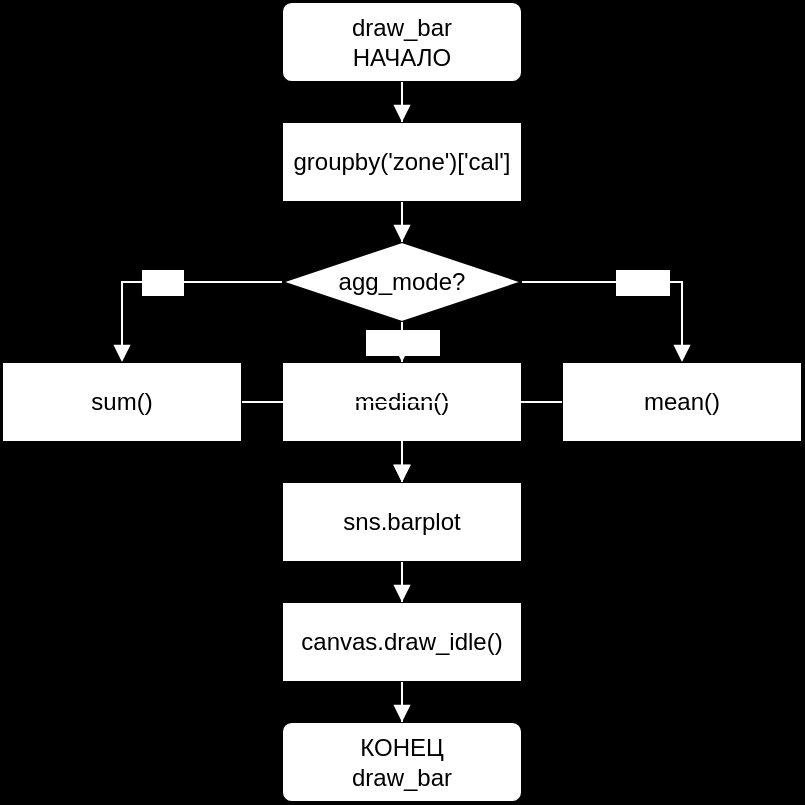
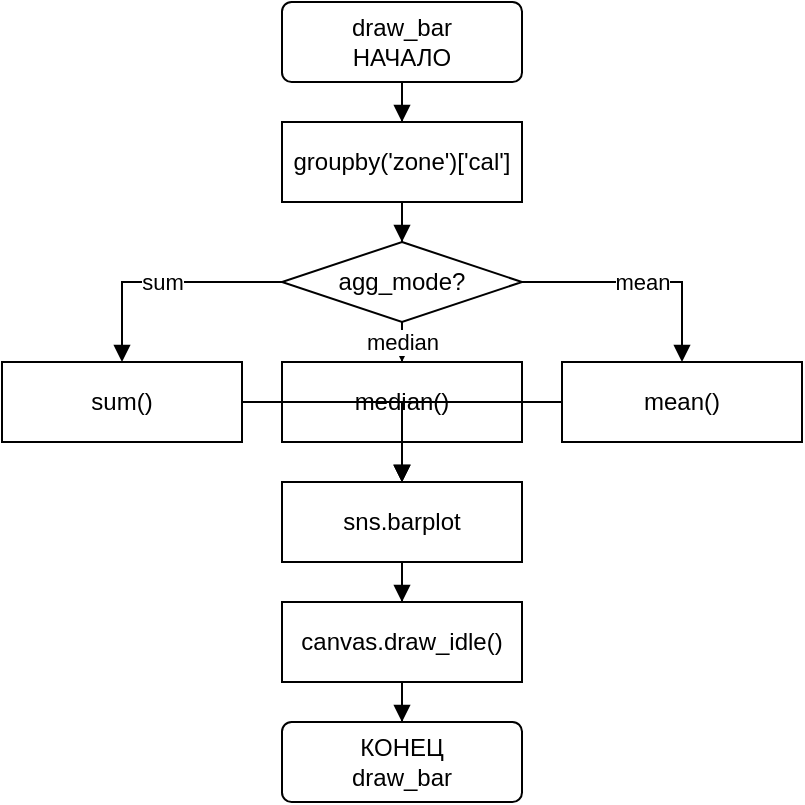
<mxfile host="Electron" version="29.6.1">
  <diagram name="Страница-1" id="d1">
-     <mxGraphModel dx="1400" dy="800" grid="1" gridSize="10" guides="1" tooltips="1" connect="1" arrows="1" fold="1" page="0" pageScale="1" pageWidth="827" pageHeight="1169" math="0" shadow="0" background="#000000">
+     <mxGraphModel dx="1400" dy="800" grid="1" gridSize="10" guides="1" tooltips="1" connect="1" arrows="1" fold="1" page="0" pageScale="1" pageWidth="827" pageHeight="1169" math="0" shadow="0" background="#ffffff">
      <root>
        <mxCell id="0" />
        <mxCell id="1" parent="0" />
        <mxCell id="a" value="&lt;div&gt;draw_bar&lt;/div&gt;&lt;div&gt;НАЧАЛО&lt;/div&gt;" style="rounded=1;arcSize=12;whiteSpace=wrap;html=1;fillColor=#ffffff;strokeColor=#000000;fontColor=#000000;" vertex="1" parent="1"><mxGeometry x="160" y="0" width="120" height="40" as="geometry" /></mxCell>
        <mxCell id="p1" value="groupby('zone')['cal']" style="rounded=0;whiteSpace=wrap;html=1;fillColor=#ffffff;strokeColor=#000000;fontColor=#000000;" vertex="1" parent="1"><mxGeometry x="160" y="60" width="120" height="40" as="geometry" /></mxCell>
        <mxCell id="c1" value="agg_mode?" style="rhombus;whiteSpace=wrap;html=1;fillColor=#ffffff;strokeColor=#000000;fontColor=#000000;" vertex="1" parent="1"><mxGeometry x="160" y="120" width="120" height="40" as="geometry" /></mxCell>
        <mxCell id="b1" value="sum()" style="rounded=0;whiteSpace=wrap;html=1;fillColor=#ffffff;strokeColor=#000000;fontColor=#000000;" vertex="1" parent="1"><mxGeometry x="20" y="180" width="120" height="40" as="geometry" /></mxCell>
        <mxCell id="b2" value="median()" style="rounded=0;whiteSpace=wrap;html=1;fillColor=#ffffff;strokeColor=#000000;fontColor=#000000;" vertex="1" parent="1"><mxGeometry x="160" y="180" width="120" height="40" as="geometry" /></mxCell>
        <mxCell id="b3" value="mean()" style="rounded=0;whiteSpace=wrap;html=1;fillColor=#ffffff;strokeColor=#000000;fontColor=#000000;" vertex="1" parent="1"><mxGeometry x="300" y="180" width="120" height="40" as="geometry" /></mxCell>
        <mxCell id="p2" value="sns.barplot" style="rounded=0;whiteSpace=wrap;html=1;fillColor=#ffffff;strokeColor=#000000;fontColor=#000000;" vertex="1" parent="1"><mxGeometry x="160" y="240" width="120" height="40" as="geometry" /></mxCell>
        <mxCell id="p3" value="canvas.draw_idle()" style="rounded=0;whiteSpace=wrap;html=1;fillColor=#ffffff;strokeColor=#000000;fontColor=#000000;" vertex="1" parent="1"><mxGeometry x="160" y="300" width="120" height="40" as="geometry" /></mxCell>
        <mxCell id="e" value="&lt;div&gt;КОНЕЦ&lt;/div&gt;&lt;div&gt;draw_bar&lt;/div&gt;" style="rounded=1;arcSize=12;whiteSpace=wrap;html=1;fillColor=#ffffff;strokeColor=#000000;fontColor=#000000;" vertex="1" parent="1"><mxGeometry x="160" y="360" width="120" height="40" as="geometry" /></mxCell>
-         <mxCell id="e0" value="" style="edgeStyle=orthogonalEdgeStyle;rounded=0;orthogonalLoop=1;jettySize=auto;html=1;endArrow=block;endFill=1;strokeColor=#ffffff;fontColor=#ffffff;" edge="1" parent="1" source="a" target="p1"><mxGeometry relative="1" as="geometry" /></mxCell>
-         <mxCell id="e1" value="" style="edgeStyle=orthogonalEdgeStyle;rounded=0;orthogonalLoop=1;jettySize=auto;html=1;endArrow=block;endFill=1;strokeColor=#ffffff;fontColor=#ffffff;" edge="1" parent="1" source="p1" target="c1"><mxGeometry relative="1" as="geometry" /></mxCell>
-         <mxCell id="e2" value="sum" style="edgeStyle=orthogonalEdgeStyle;rounded=0;orthogonalLoop=1;jettySize=auto;html=1;endArrow=block;endFill=1;strokeColor=#ffffff;fontColor=#ffffff;" edge="1" parent="1" source="c1" target="b1"><mxGeometry relative="1" as="geometry" /></mxCell>
-         <mxCell id="e3" value="median" style="edgeStyle=orthogonalEdgeStyle;rounded=0;orthogonalLoop=1;jettySize=auto;html=1;endArrow=block;endFill=1;strokeColor=#ffffff;fontColor=#ffffff;" edge="1" parent="1" source="c1" target="b2"><mxGeometry relative="1" as="geometry" /></mxCell>
-         <mxCell id="e4" value="mean" style="edgeStyle=orthogonalEdgeStyle;rounded=0;orthogonalLoop=1;jettySize=auto;html=1;endArrow=block;endFill=1;strokeColor=#ffffff;fontColor=#ffffff;" edge="1" parent="1" source="c1" target="b3"><mxGeometry relative="1" as="geometry" /></mxCell>
-         <mxCell id="e5" value="" style="edgeStyle=orthogonalEdgeStyle;rounded=0;orthogonalLoop=1;jettySize=auto;html=1;endArrow=block;endFill=1;strokeColor=#ffffff;fontColor=#ffffff;" edge="1" parent="1" source="b1" target="p2"><mxGeometry relative="1" as="geometry" /></mxCell>
-         <mxCell id="e6" value="" style="edgeStyle=orthogonalEdgeStyle;rounded=0;orthogonalLoop=1;jettySize=auto;html=1;endArrow=block;endFill=1;strokeColor=#ffffff;fontColor=#ffffff;" edge="1" parent="1" source="b2" target="p2"><mxGeometry relative="1" as="geometry" /></mxCell>
-         <mxCell id="e7" value="" style="edgeStyle=orthogonalEdgeStyle;rounded=0;orthogonalLoop=1;jettySize=auto;html=1;endArrow=block;endFill=1;strokeColor=#ffffff;fontColor=#ffffff;" edge="1" parent="1" source="b3" target="p2"><mxGeometry relative="1" as="geometry" /></mxCell>
-         <mxCell id="e8" value="" style="edgeStyle=orthogonalEdgeStyle;rounded=0;orthogonalLoop=1;jettySize=auto;html=1;endArrow=block;endFill=1;strokeColor=#ffffff;fontColor=#ffffff;" edge="1" parent="1" source="p2" target="p3"><mxGeometry relative="1" as="geometry" /></mxCell>
-         <mxCell id="e9" value="" style="edgeStyle=orthogonalEdgeStyle;rounded=0;orthogonalLoop=1;jettySize=auto;html=1;endArrow=block;endFill=1;strokeColor=#ffffff;fontColor=#ffffff;" edge="1" parent="1" source="p3" target="e"><mxGeometry relative="1" as="geometry" /></mxCell>
+         <mxCell id="e0" value="" style="edgeStyle=orthogonalEdgeStyle;rounded=0;orthogonalLoop=1;jettySize=auto;html=1;endArrow=block;endFill=1;strokeColor=#000000;fontColor=#000000;" edge="1" parent="1" source="a" target="p1"><mxGeometry relative="1" as="geometry" /></mxCell>
+         <mxCell id="e1" value="" style="edgeStyle=orthogonalEdgeStyle;rounded=0;orthogonalLoop=1;jettySize=auto;html=1;endArrow=block;endFill=1;strokeColor=#000000;fontColor=#000000;" edge="1" parent="1" source="p1" target="c1"><mxGeometry relative="1" as="geometry" /></mxCell>
+         <mxCell id="e2" value="sum" style="edgeStyle=orthogonalEdgeStyle;rounded=0;orthogonalLoop=1;jettySize=auto;html=1;endArrow=block;endFill=1;strokeColor=#000000;fontColor=#000000;" edge="1" parent="1" source="c1" target="b1"><mxGeometry relative="1" as="geometry" /></mxCell>
+         <mxCell id="e3" value="median" style="edgeStyle=orthogonalEdgeStyle;rounded=0;orthogonalLoop=1;jettySize=auto;html=1;endArrow=block;endFill=1;strokeColor=#000000;fontColor=#000000;" edge="1" parent="1" source="c1" target="b2"><mxGeometry relative="1" as="geometry" /></mxCell>
+         <mxCell id="e4" value="mean" style="edgeStyle=orthogonalEdgeStyle;rounded=0;orthogonalLoop=1;jettySize=auto;html=1;endArrow=block;endFill=1;strokeColor=#000000;fontColor=#000000;" edge="1" parent="1" source="c1" target="b3"><mxGeometry relative="1" as="geometry" /></mxCell>
+         <mxCell id="e5" value="" style="edgeStyle=orthogonalEdgeStyle;rounded=0;orthogonalLoop=1;jettySize=auto;html=1;endArrow=block;endFill=1;strokeColor=#000000;fontColor=#000000;" edge="1" parent="1" source="b1" target="p2"><mxGeometry relative="1" as="geometry" /></mxCell>
+         <mxCell id="e6" value="" style="edgeStyle=orthogonalEdgeStyle;rounded=0;orthogonalLoop=1;jettySize=auto;html=1;endArrow=block;endFill=1;strokeColor=#000000;fontColor=#000000;" edge="1" parent="1" source="b2" target="p2"><mxGeometry relative="1" as="geometry" /></mxCell>
+         <mxCell id="e7" value="" style="edgeStyle=orthogonalEdgeStyle;rounded=0;orthogonalLoop=1;jettySize=auto;html=1;endArrow=block;endFill=1;strokeColor=#000000;fontColor=#000000;" edge="1" parent="1" source="b3" target="p2"><mxGeometry relative="1" as="geometry" /></mxCell>
+         <mxCell id="e8" value="" style="edgeStyle=orthogonalEdgeStyle;rounded=0;orthogonalLoop=1;jettySize=auto;html=1;endArrow=block;endFill=1;strokeColor=#000000;fontColor=#000000;" edge="1" parent="1" source="p2" target="p3"><mxGeometry relative="1" as="geometry" /></mxCell>
+         <mxCell id="e9" value="" style="edgeStyle=orthogonalEdgeStyle;rounded=0;orthogonalLoop=1;jettySize=auto;html=1;endArrow=block;endFill=1;strokeColor=#000000;fontColor=#000000;" edge="1" parent="1" source="p3" target="e"><mxGeometry relative="1" as="geometry" /></mxCell>
      </root>
    </mxGraphModel>
  </diagram>
</mxfile>